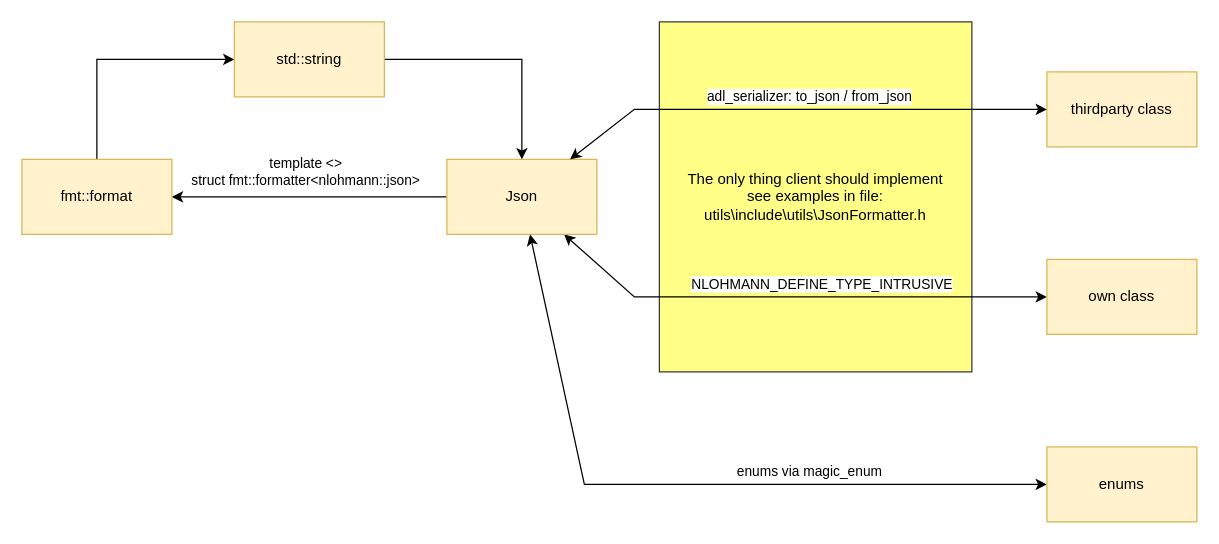
The draw.io diagram docs/utils-uml.drawio in marleeeeeey/my_common_cpp_utils, before the edit. Source tidied: cells renumbered, new cells numbered last; positions are measured from the earlier drawing's top-left corner, leaving out a move shared by most shapes. Both pictures are drawn from the tidied source at 125%, with x=0, y=0 at pixel (21, 21).
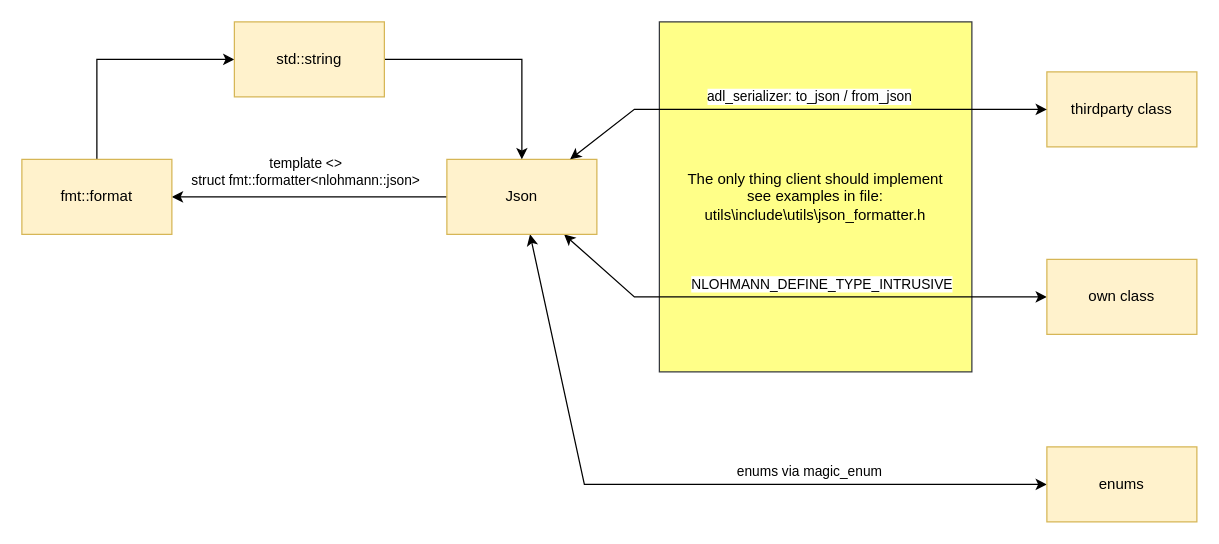
Above is the later version.

Change to the diagram source:
```diff
@@
 <mxGraphModel>
   <root>
     <mxCell id="0" />
     <mxCell id="1" parent="0" />
-    <mxCell id="2" value="The only thing client should implement&lt;br&gt;see examples in file:&lt;br&gt;utils\include\utils\JsonFormatter.h" style="rounded=0;whiteSpace=wrap;html=1;fillColor=#ffff88;strokeColor=#36393d;" parent="1" vertex="1">
+    <mxCell id="2" value="The only thing client should implement&lt;br&gt;see examples in file:&lt;br&gt;utils\include\utils\json_formatter.h" style="rounded=0;whiteSpace=wrap;html=1;fillColor=#ffff88;strokeColor=#36393d;" parent="1" vertex="1">
       <mxGeometry x="510" width="250" height="280" as="geometry" />
     </mxCell>
     <mxCell id="3" value="&lt;div style=&quot;border-color: var(--border-color);&quot;&gt;template &amp;lt;&amp;gt;&lt;/div&gt;&lt;div style=&quot;border-color: var(--border-color);&quot;&gt;struct fmt::formatter&amp;lt;nlohmann::json&amp;gt;&lt;/div&gt;" style="edgeStyle=orthogonalEdgeStyle;rounded=0;jettySize=auto;html=1;" parent="1" edge="1" source="6" target="9">
       <mxGeometry x="0.03" y="-20" relative="1" as="geometry" />
     </mxCell>
     <mxCell id="4" value="NLOHMANN_DEFINE_TYPE_INTRUSIVE" style="rounded=0;jettySize=auto;html=1;startArrow=classic;startFill=1;" parent="1" edge="1" source="6" target="13">
       <mxGeometry x="0.11" y="10" relative="1" as="geometry">
         <Array as="points">
           <mxPoint x="490" y="220" />
         </Array>
       </mxGeometry>
     </mxCell>
     <mxCell id="5" value="enums via magic_enum" style="edgeStyle=none;shape=connector;rounded=0;jettySize=auto;html=1;labelBackgroundColor=default;strokeColor=default;fontFamily=Helvetica;fontSize=11;fontColor=default;startArrow=classic;startFill=1;endArrow=classic;" parent="1" edge="1" source="14" target="6">
       <mxGeometry x="-0.34" y="-10" relative="1" as="geometry">
         <Array as="points">
           <mxPoint x="450" y="370" />
         </Array>
       </mxGeometry>
     </mxCell>
     <mxCell id="6" value="Json" style="rounded=0;whiteSpace=wrap;html=1;fillColor=#fff2cc;strokeColor=#d6b656;" parent="1" vertex="1">
       <mxGeometry x="340" y="110" width="120" height="60" as="geometry" />
     </mxCell>
     <mxCell id="7" value="thirdparty class" style="rounded=0;whiteSpace=wrap;html=1;fillColor=#fff2cc;strokeColor=#d6b656;" parent="1" vertex="1">
       <mxGeometry x="820" y="40" width="120" height="60" as="geometry" />
     </mxCell>
     <mxCell id="8" style="edgeStyle=orthogonalEdgeStyle;rounded=0;jettySize=auto;html=1;entryX=0;entryY=0.5;entryDx=0;entryDy=0;exitX=0.5;exitY=0;exitDx=0;exitDy=0;" parent="1" edge="1" source="9" target="12">
       <mxGeometry relative="1" as="geometry" />
     </mxCell>
     <mxCell id="9" value="fmt::format" style="rounded=0;whiteSpace=wrap;html=1;fillColor=#fff2cc;strokeColor=#d6b656;" parent="1" vertex="1">
       <mxGeometry y="110" width="120" height="60" as="geometry" />
     </mxCell>
     <mxCell id="10" value="adl_serializer:&amp;nbsp;&lt;span style=&quot;border-color: var(--border-color);&quot;&gt;to_json /&amp;nbsp;&lt;/span&gt;&lt;span style=&quot;border-color: var(--border-color);&quot;&gt;from_json&lt;/span&gt;" style="rounded=0;jettySize=auto;html=1;startArrow=classic;startFill=1;" parent="1" edge="1" source="6" target="7">
       <mxGeometry x="0.04" y="10" relative="1" as="geometry">
         <Array as="points">
           <mxPoint x="490" y="70" />
         </Array>
       </mxGeometry>
     </mxCell>
     <mxCell id="11" style="edgeStyle=orthogonalEdgeStyle;rounded=0;jettySize=auto;html=1;entryX=0.5;entryY=0;entryDx=0;entryDy=0;" parent="1" edge="1" source="12" target="6">
       <mxGeometry relative="1" as="geometry" />
     </mxCell>
     <mxCell id="12" value="std::string" style="rounded=0;whiteSpace=wrap;html=1;fillColor=#fff2cc;strokeColor=#d6b656;" parent="1" vertex="1">
       <mxGeometry x="170" width="120" height="60" as="geometry" />
     </mxCell>
     <mxCell id="13" value="own class" style="rounded=0;whiteSpace=wrap;html=1;fillColor=#fff2cc;strokeColor=#d6b656;" parent="1" vertex="1">
       <mxGeometry x="820" y="190" width="120" height="60" as="geometry" />
     </mxCell>
     <mxCell id="14" value="enums" style="rounded=0;whiteSpace=wrap;html=1;fillColor=#fff2cc;strokeColor=#d6b656;" parent="1" vertex="1">
       <mxGeometry x="820" y="340" width="120" height="60" as="geometry" />
     </mxCell>
   </root>
 </mxGraphModel>
```
